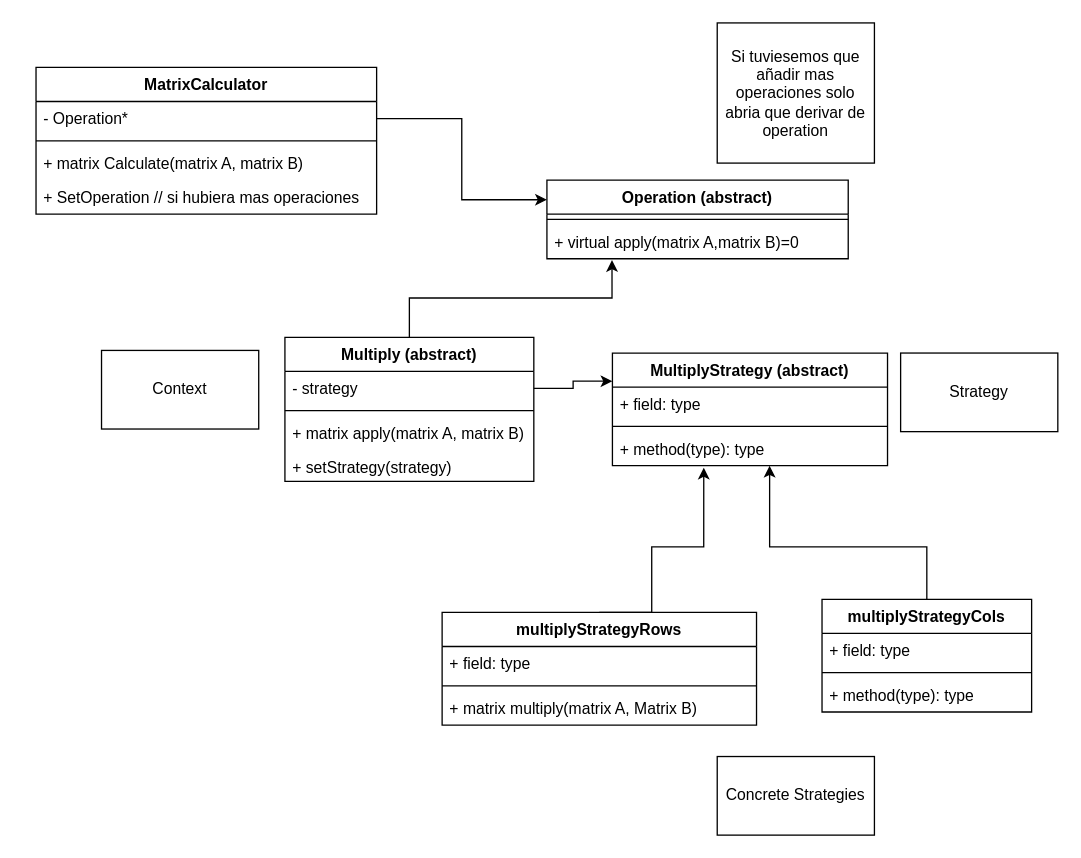
AaronJoseCabreraMartin/DAA1-MatrixMultiplication keeps this draw.io diagram as matrixCalculatorStrategyPattern.drawio. Above is the earlier version. Source tidied: cells renumbered, new cells numbered last; positions are measured from the earlier drawing's top-left corner, leaving out a move shared by most shapes. Both pictures are drawn from the tidied source at 131%, with x=0, y=0 at pixel (35, 22).
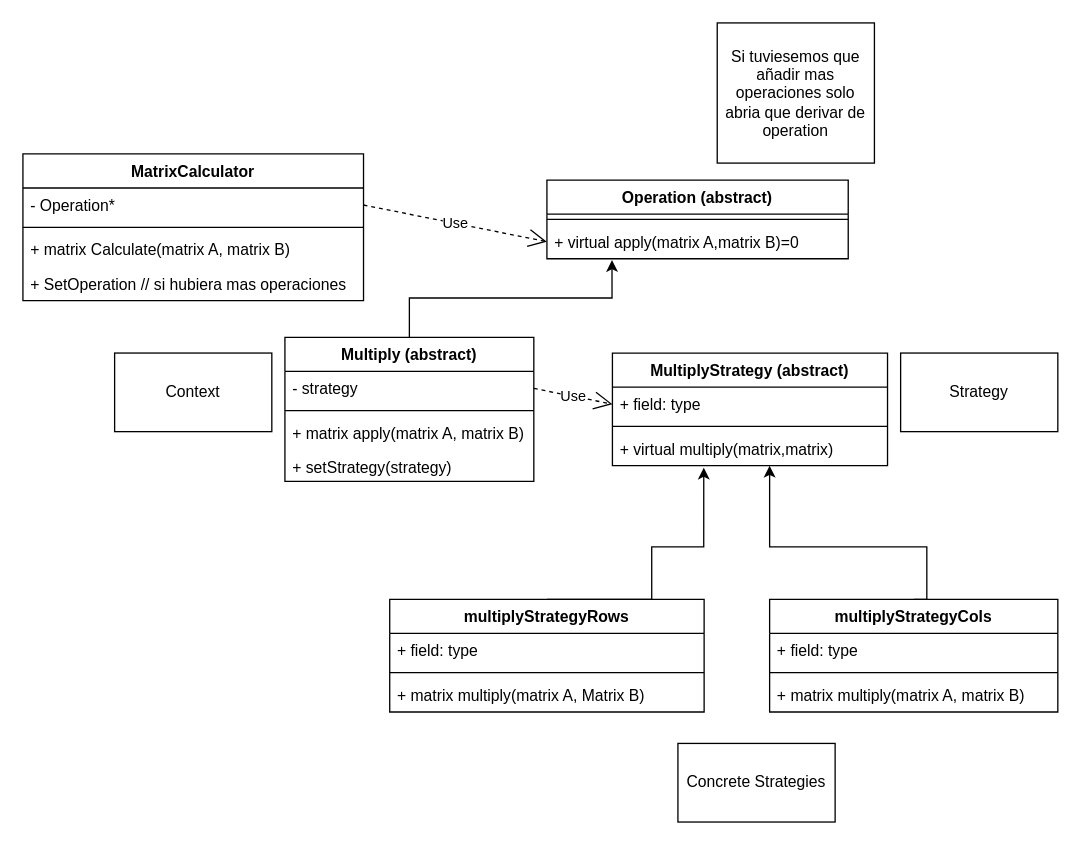
The same page after the edit.

Unchanged cells that the change refers to:
```xml
<mxCell id="3" value="- Operation*" style="text;strokeColor=none;fillColor=none;align=left;verticalAlign=top;spacingLeft=4;spacingRight=4;overflow=hidden;points=[[0,0.5],[1,0.5]];portConstraint=eastwest;" parent="2" vertex="1">
  <mxGeometry y="26" width="260" height="26" as="geometry" />
</mxCell>
<mxCell id="7" value="Operation (abstract)" style="swimlane;fontStyle=1;align=center;verticalAlign=top;horizontal=1;startSize=26;" parent="1" vertex="1">
  <mxGeometry x="390" y="120" width="230" height="60" as="geometry" />
</mxCell>
<mxCell id="9" value="+ virtual apply(matrix A,matrix B)=0" style="text;strokeColor=none;fillColor=none;align=left;verticalAlign=top;spacingLeft=4;spacingRight=4;overflow=hidden;points=[[0,0.5],[1,0.5]];portConstraint=eastwest;" parent="7" vertex="1">
  <mxGeometry y="34" width="230" height="26" as="geometry" />
</mxCell>
<mxCell id="13" value="- strategy" style="text;strokeColor=none;fillColor=none;align=left;verticalAlign=top;spacingLeft=4;spacingRight=4;overflow=hidden;points=[[0,0.5],[1,0.5]];portConstraint=eastwest;" parent="12" vertex="1">
  <mxGeometry y="26" width="190" height="26" as="geometry" />
</mxCell>
<mxCell id="27" value="MultiplyStrategy (abstract)" style="swimlane;fontStyle=1;align=center;verticalAlign=top;horizontal=1;startSize=26;" parent="1" vertex="1">
  <mxGeometry x="440" y="252" width="210" height="86" as="geometry" />
</mxCell>
<mxCell id="28" value="+ field: type" style="text;strokeColor=none;fillColor=none;align=left;verticalAlign=top;spacingLeft=4;spacingRight=4;overflow=hidden;points=[[0,0.5],[1,0.5]];portConstraint=eastwest;" parent="27" vertex="1">
  <mxGeometry y="26" width="210" height="26" as="geometry" />
</mxCell>
```

Change to the diagram source:
```diff
@@
     <mxCell id="2" value="MatrixCalculator" style="swimlane;fontStyle=1;align=center;verticalAlign=top;horizontal=1;startSize=26;" parent="1" vertex="1">
-      <mxGeometry y="34" width="260" height="112" as="geometry" />
+      <mxGeometry x="-10" y="100" width="260" height="112" as="geometry" />
     </mxCell>
@@
-    <mxCell id="10" style="edgeStyle=orthogonalEdgeStyle;rounded=0;jettySize=auto;html=1;exitX=1;exitY=0.5;exitDx=0;exitDy=0;entryX=0;entryY=0.25;entryDx=0;entryDy=0;" parent="1" edge="1" source="3" target="7">
-      <mxGeometry relative="1" as="geometry" />
-    </mxCell>
@@
     <mxCell id="18" value="multiplyStrategyRows" style="swimlane;fontStyle=1;align=center;verticalAlign=top;horizontal=1;startSize=26;" parent="1" vertex="1">
-      <mxGeometry x="310" y="450" width="240" height="86" as="geometry" />
+      <mxGeometry x="270" y="440" width="240" height="86" as="geometry" />
     </mxCell>
@@
     <mxCell id="23" value="multiplyStrategyCols" style="swimlane;fontStyle=1;align=center;verticalAlign=top;horizontal=1;startSize=26;" parent="1" vertex="1">
-      <mxGeometry x="600" y="440" width="160" height="86" as="geometry" />
+      <mxGeometry x="560" y="440" width="220" height="86" as="geometry" />
     </mxCell>
     <mxCell id="24" value="+ field: type" style="text;strokeColor=none;fillColor=none;align=left;verticalAlign=top;spacingLeft=4;spacingRight=4;overflow=hidden;" parent="23" vertex="1">
-      <mxGeometry y="26" width="160" height="26" as="geometry" />
+      <mxGeometry y="26" width="220" height="26" as="geometry" />
     </mxCell>
     <mxCell id="25" style="line;strokeWidth=1;fillColor=none;align=left;verticalAlign=middle;spacingTop=-1;spacingLeft=3;spacingRight=3;labelPosition=right;" parent="23" vertex="1">
-      <mxGeometry y="52" width="160" height="8" as="geometry" />
+      <mxGeometry y="52" width="220" height="8" as="geometry" />
     </mxCell>
-    <mxCell id="26" value="+ method(type): type" style="text;strokeColor=none;fillColor=none;align=left;verticalAlign=top;spacingLeft=4;spacingRight=4;overflow=hidden;" parent="23" vertex="1">
-      <mxGeometry y="60" width="160" height="26" as="geometry" />
+    <mxCell id="26" value="+ matrix multiply(matrix A, matrix B)" style="text;strokeColor=none;fillColor=none;align=left;verticalAlign=top;spacingLeft=4;spacingRight=4;overflow=hidden;" parent="23" vertex="1">
+      <mxGeometry y="60" width="220" height="26" as="geometry" />
     </mxCell>
@@
-    <mxCell id="30" value="+ method(type): type" style="text;strokeColor=none;fillColor=none;align=left;verticalAlign=top;spacingLeft=4;spacingRight=4;overflow=hidden;points=[[0,0.5],[1,0.5]];portConstraint=eastwest;" parent="27" vertex="1">
+    <mxCell id="30" value="+ virtual multiply(matrix,matrix)" style="text;strokeColor=none;fillColor=none;align=left;verticalAlign=top;spacingLeft=4;spacingRight=4;overflow=hidden;points=[[0,0.5],[1,0.5]];portConstraint=eastwest;" parent="27" vertex="1">
       <mxGeometry y="60" width="210" height="26" as="geometry" />
     </mxCell>
-    <mxCell id="31" style="edgeStyle=orthogonalEdgeStyle;rounded=0;jettySize=auto;html=1;exitX=1;exitY=0.5;exitDx=0;exitDy=0;entryX=0;entryY=0.25;entryDx=0;entryDy=0;" parent="1" edge="1" source="13" target="27">
-      <mxGeometry relative="1" as="geometry" />
-    </mxCell>
     <mxCell id="32" value="Concrete Strategies" style="rounded=0;whiteSpace=wrap;html=1;" parent="1" vertex="1">
-      <mxGeometry x="520" y="560" width="120" height="60" as="geometry" />
+      <mxGeometry x="490" y="550" width="120" height="60" as="geometry" />
     </mxCell>
@@
     <mxCell id="34" value="Context" style="rounded=0;whiteSpace=wrap;html=1;" parent="1" vertex="1">
-      <mxGeometry x="50" y="250" width="120" height="60" as="geometry" />
+      <mxGeometry x="60" y="252" width="120" height="60" as="geometry" />
     </mxCell>
@@
+    <mxCell id="36" value="Use" style="endArrow=open;endSize=12;dashed=1;html=1;exitX=1;exitY=0.5;exitDx=0;exitDy=0;entryX=0;entryY=0.5;entryDx=0;entryDy=0;" parent="1" edge="1" source="13" target="28">
+      <mxGeometry relative="1" as="geometry" />
+    </mxCell>
+    <mxCell id="37" value="Use" style="endArrow=open;endSize=12;dashed=1;html=1;exitX=1;exitY=0.5;exitDx=0;exitDy=0;entryX=0;entryY=0.5;entryDx=0;entryDy=0;" parent="1" edge="1" source="3" target="9">
+      <mxGeometry relative="1" as="geometry" />
+    </mxCell>
```
